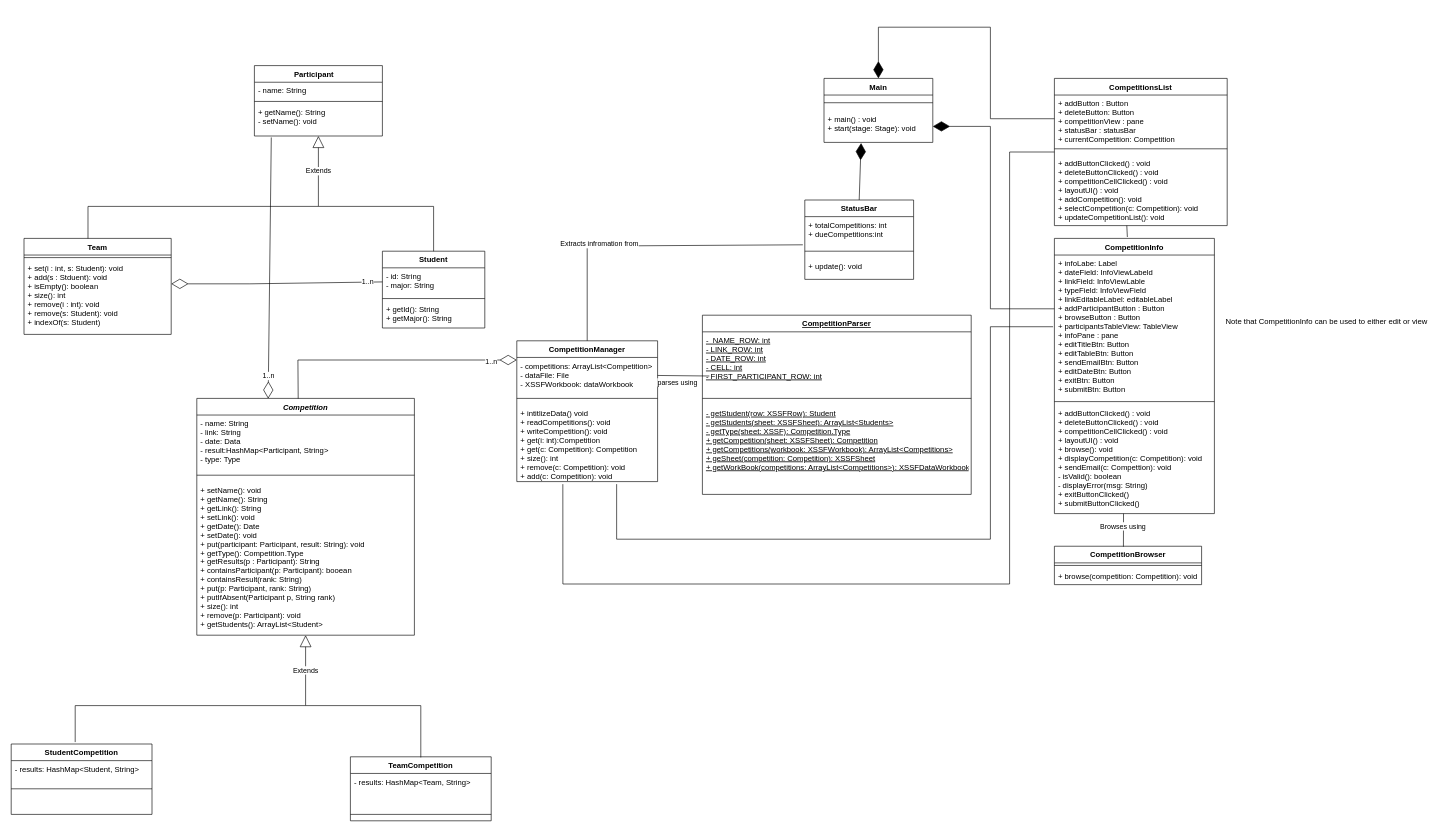
Above: docs/phase2/class-diagram.drawio in AbdullahAXR/Competition-tracker (draw.io), before the change. Source tidied: cells renumbered, new cells numbered last; positions are measured from the earlier drawing's top-left corner, leaving out a move shared by most shapes. Both pictures are drawn from the tidied source at 64%, with x=0, y=0 at pixel (11, 27).
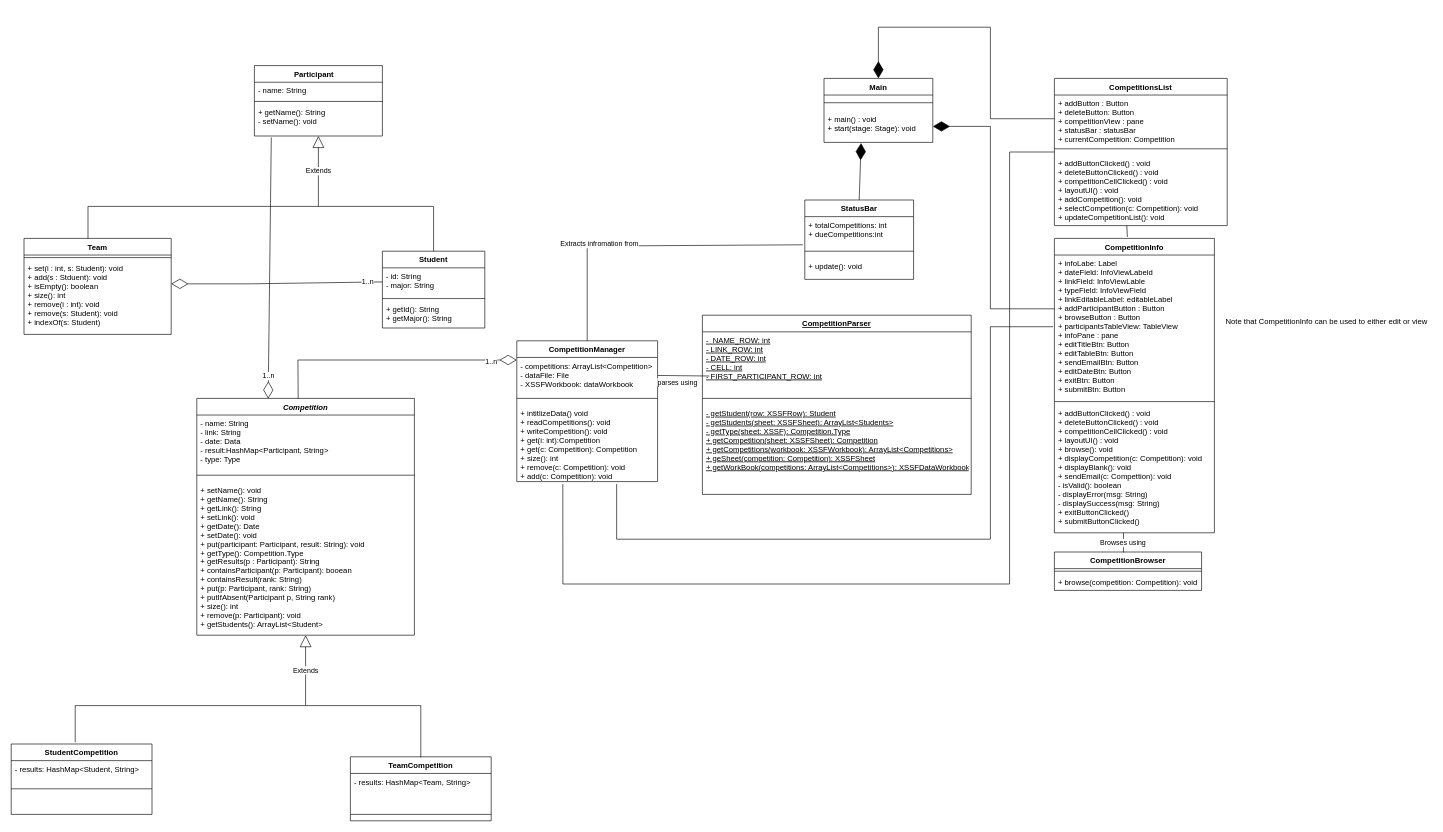
After the change.

Commit message:
class diagram: added displayBlank() &  displaySuccess(msg)

Unchanged cells that the change refers to:
```xml
<mxCell id="60" style="endArrow=none;html=1;rounded=0;exitX=0.469;exitY=0.011;exitDx=0;exitDy=0;exitPerimeter=0;entryX=0.432;entryY=1;entryDx=0;entryDy=0;entryPerimeter=0;" parent="1" edge="1" source="57" target="16">
  <mxGeometry relative="1" as="geometry" />
</mxCell>
```

Diff of the diagram source:
```diff
@@
     <mxCell id="13" value="CompetitionInfo" style="swimlane;fontStyle=1;align=center;verticalAlign=top;horizontal=1;startSize=26;" parent="1" vertex="1">
-      <mxGeometry x="1630" y="330" width="250" height="430" as="geometry" />
+      <mxGeometry x="1630" y="330" width="250" height="460" as="geometry" />
     </mxCell>
@@
-    <mxCell id="16" value="+ addButtonClicked() : void&#10;+ deleteButtonClicked() : void&#10;+ competitionCellClicked() : void&#10;+ layoutUI() : void&#10;+ browse(): void&#10;+ displayCompetition(c: Competition): void&#10;+ sendEmail(c: Compettion): void&#10;- isValid(): boolean&#10;- displayError(msg: String)&#10;+ exitButtonClicked()&#10;+ submitButtonClicked()&#10;" style="text;strokeColor=none;fillColor=none;align=left;verticalAlign=top;spacingLeft=4;spacingRight=4;overflow=hidden;points=[[0,0.5],[1,0.5]];portConstraint=eastwest;" parent="13" vertex="1">
-      <mxGeometry y="260" width="250" height="170" as="geometry" />
+    <mxCell id="16" value="+ addButtonClicked() : void&#10;+ deleteButtonClicked() : void&#10;+ competitionCellClicked() : void&#10;+ layoutUI() : void&#10;+ browse(): void&#10;+ displayCompetition(c: Competition): void&#10;+ displayBlank(): void&#10;+ sendEmail(c: Compettion): void&#10;- isValid(): boolean&#10;- displayError(msg: String)&#10;- displaySuccess(msg: String)&#10;+ exitButtonClicked()&#10;+ submitButtonClicked()&#10;" style="text;strokeColor=none;fillColor=none;align=left;verticalAlign=top;spacingLeft=4;spacingRight=4;overflow=hidden;points=[[0,0.5],[1,0.5]];portConstraint=eastwest;" parent="13" vertex="1">
+      <mxGeometry y="260" width="250" height="200" as="geometry" />
     </mxCell>
@@
     <mxCell id="57" value="CompetitionBrowser" style="swimlane;fontStyle=1;align=center;verticalAlign=top;horizontal=1;startSize=26;" parent="1" vertex="1">
-      <mxGeometry x="1630" y="811" width="230" height="60" as="geometry" />
+      <mxGeometry x="1630" y="820" width="230" height="60" as="geometry" />
     </mxCell>
@@
     <mxCell id="61" value="Browses using" style="edgeLabel;html=1;align=center;verticalAlign=middle;" parent="60" vertex="1">
-      <mxGeometry x="0.25" y="1" relative="1" as="geometry" />
+      <mxGeometry x="0.25" y="1" relative="1" as="geometry">
+        <mxPoint y="4" as="offset" />
+      </mxGeometry>
     </mxCell>
```
